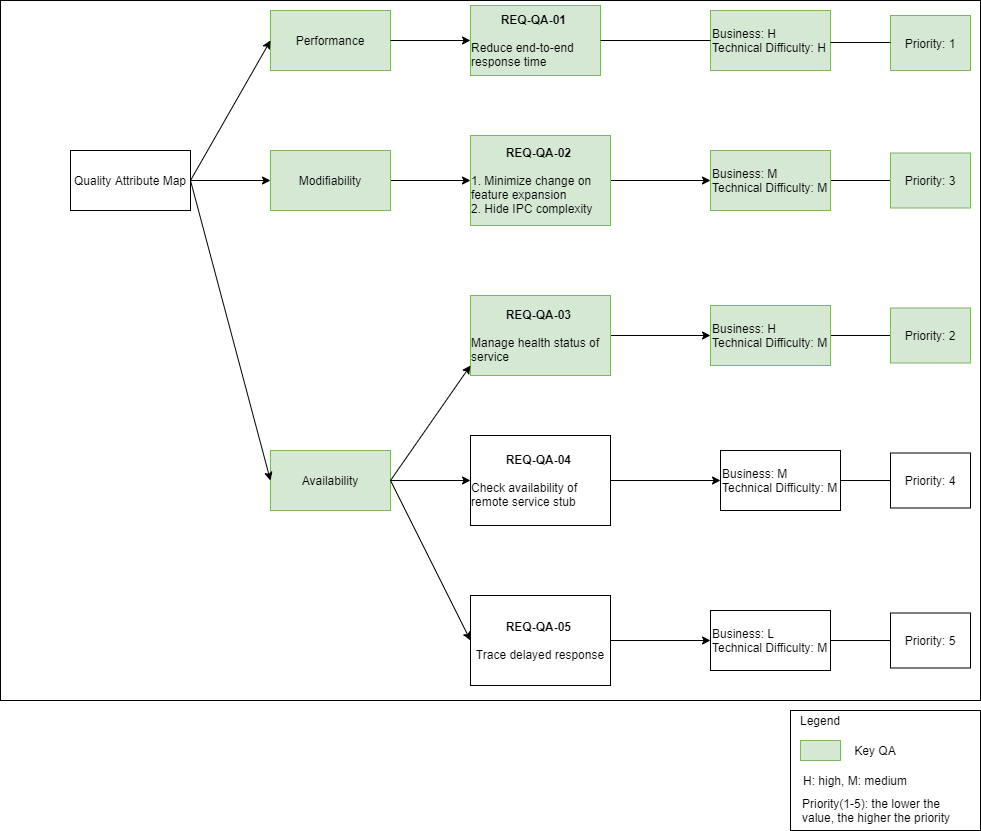
Before: doc/SA cert/Design/figures/system_context/system_context-QA_map.png, a diagram exported from draw.io (taikt/codefun). Source tidied: cells renumbered, new cells last; positions are measured from the earlier drawing's top-left corner, leaving out a move shared by most shapes. Source of this version:
```xml
<mxGraphModel>
  <root>
    <mxCell id="0" />
    <mxCell id="1" parent="0" />
    <mxCell id="2" style="rounded=0;whiteSpace=wrap;html=1;fillColor=#ffffff;" parent="1" vertex="1">
      <mxGeometry x="790" y="710" width="190" height="120" as="geometry" />
    </mxCell>
    <mxCell id="3" value="Legend" style="text;html=1;strokeColor=none;fillColor=none;align=center;verticalAlign=middle;whiteSpace=wrap;rounded=0;" parent="1" vertex="1">
      <mxGeometry x="800" y="710" width="40" height="20" as="geometry" />
    </mxCell>
    <mxCell id="4" style="rounded=0;whiteSpace=wrap;html=1;fillColor=#d5e8d4;strokeColor=#82b366;" parent="1" vertex="1">
      <mxGeometry x="800" y="740" width="40" height="20" as="geometry" />
    </mxCell>
    <mxCell id="5" value="Key QA" style="text;html=1;strokeColor=none;fillColor=none;align=center;verticalAlign=middle;whiteSpace=wrap;rounded=0;" parent="1" vertex="1">
      <mxGeometry x="850" y="740" width="50" height="20" as="geometry" />
    </mxCell>
    <mxCell id="6" value="H: high, M: medium" style="text;html=1;strokeColor=none;fillColor=none;align=center;verticalAlign=middle;whiteSpace=wrap;rounded=0;" parent="1" vertex="1">
      <mxGeometry x="800" y="770" width="110" height="20" as="geometry" />
    </mxCell>
    <mxCell id="7" value="Priority(1-5): the lower the value, the higher the priority" style="text;html=1;strokeColor=none;fillColor=none;align=left;verticalAlign=middle;whiteSpace=wrap;rounded=0;" parent="1" vertex="1">
      <mxGeometry x="800" y="800" width="160" height="20" as="geometry" />
    </mxCell>
    <mxCell id="8" style="rounded=0;whiteSpace=wrap;html=1;fillColor=#ffffff;" parent="1" vertex="1">
      <mxGeometry width="980" height="700" as="geometry" />
    </mxCell>
    <mxCell id="9" value="Quality Attribute Map" style="rounded=0;whiteSpace=wrap;html=1;fillColor=#ffffff;" parent="1" vertex="1">
      <mxGeometry x="70" y="150" width="120" height="60" as="geometry" />
    </mxCell>
    <mxCell id="10" value="Performance" style="rounded=0;whiteSpace=wrap;html=1;fillColor=#d5e8d4;strokeColor=#82b366;" parent="1" vertex="1">
      <mxGeometry x="270" y="10" width="120" height="60" as="geometry" />
    </mxCell>
    <mxCell id="11" style="edgeStyle=orthogonalEdgeStyle;rounded=1;jettySize=auto;html=1;exitX=1;exitY=0.5;exitDx=0;exitDy=0;entryX=0;entryY=0.5;entryDx=0;entryDy=0;endArrow=classic;endFill=1;" parent="1" edge="1" source="12" target="16">
      <mxGeometry relative="1" as="geometry" />
    </mxCell>
    <mxCell id="12" value="Modifiability" style="rounded=0;whiteSpace=wrap;html=1;fillColor=#d5e8d4;strokeColor=#82b366;" parent="1" vertex="1">
      <mxGeometry x="270" y="150" width="120" height="60" as="geometry" />
    </mxCell>
    <mxCell id="13" value="Availability" style="rounded=0;whiteSpace=wrap;html=1;fillColor=#d5e8d4;strokeColor=#82b366;" parent="1" vertex="1">
      <mxGeometry x="270" y="450" width="120" height="60" as="geometry" />
    </mxCell>
    <mxCell id="14" value="&lt;b&gt;REQ-QA-01&amp;nbsp;&lt;br&gt;&lt;/b&gt;&lt;br&gt;&lt;div style=&quot;text-align: left&quot;&gt;&lt;span&gt;Reduce end-to-end response time&lt;/span&gt;&lt;/div&gt;" style="rounded=0;whiteSpace=wrap;html=1;fillColor=#d5e8d4;strokeColor=#82b366;" parent="1" vertex="1">
      <mxGeometry x="470" y="5" width="130" height="70" as="geometry" />
    </mxCell>
    <mxCell id="15" style="edgeStyle=orthogonalEdgeStyle;rounded=1;jettySize=auto;html=1;exitX=1;exitY=0.5;exitDx=0;exitDy=0;entryX=0;entryY=0.5;entryDx=0;entryDy=0;endArrow=classic;endFill=1;" parent="1" edge="1" source="16" target="26">
      <mxGeometry relative="1" as="geometry" />
    </mxCell>
    <mxCell id="16" value="&lt;b&gt;REQ-QA-02&amp;nbsp;&lt;br&gt;&lt;/b&gt;&lt;br&gt;&lt;div style=&quot;text-align: left&quot;&gt;&lt;span&gt;1. Minimize change on feature expansion&lt;/span&gt;&lt;/div&gt;&lt;div style=&quot;text-align: left&quot;&gt;&lt;span&gt;2. Hide IPC complexity&lt;/span&gt;&lt;/div&gt;" style="rounded=0;whiteSpace=wrap;html=1;fillColor=#d5e8d4;strokeColor=#82b366;" parent="1" vertex="1">
      <mxGeometry x="470" y="135" width="140" height="90" as="geometry" />
    </mxCell>
    <mxCell id="17" style="edgeStyle=orthogonalEdgeStyle;rounded=1;jettySize=auto;html=1;exitX=1;exitY=0.5;exitDx=0;exitDy=0;entryX=0;entryY=0.5;entryDx=0;entryDy=0;endArrow=classic;endFill=1;" parent="1" edge="1" source="18" target="29">
      <mxGeometry relative="1" as="geometry" />
    </mxCell>
    <mxCell id="18" value="&lt;b&gt;REQ-QA-03&amp;nbsp;&lt;br&gt;&lt;/b&gt;&lt;br&gt;&lt;div style=&quot;text-align: left&quot;&gt;Manage health status of service&lt;/div&gt;" style="rounded=0;whiteSpace=wrap;html=1;fillColor=#d5e8d4;strokeColor=#82b366;" parent="1" vertex="1">
      <mxGeometry x="470" y="295" width="140" height="80" as="geometry" />
    </mxCell>
    <mxCell id="19" style="edgeStyle=orthogonalEdgeStyle;rounded=1;jettySize=auto;html=1;exitX=1;exitY=0.5;exitDx=0;exitDy=0;entryX=0;entryY=0.5;entryDx=0;entryDy=0;endArrow=classic;endFill=1;" parent="1" edge="1" source="20" target="32">
      <mxGeometry relative="1" as="geometry" />
    </mxCell>
    <mxCell id="20" value="&lt;b&gt;REQ-QA-04&amp;nbsp;&lt;br&gt;&lt;/b&gt;&lt;br&gt;&lt;div style=&quot;text-align: left&quot;&gt;Check availability of remote service stub&amp;nbsp;&lt;/div&gt;" style="rounded=0;whiteSpace=wrap;html=1;fillColor=#ffffff;" parent="1" vertex="1">
      <mxGeometry x="470" y="435" width="140" height="90" as="geometry" />
    </mxCell>
    <mxCell id="21" style="edgeStyle=orthogonalEdgeStyle;rounded=1;jettySize=auto;html=1;exitX=1;exitY=0.5;exitDx=0;exitDy=0;entryX=0;entryY=0.5;entryDx=0;entryDy=0;endArrow=classic;endFill=1;" parent="1" edge="1" source="22" target="35">
      <mxGeometry relative="1" as="geometry" />
    </mxCell>
    <mxCell id="22" value="&lt;b&gt;REQ-QA-05&amp;nbsp;&lt;br&gt;&lt;/b&gt;&lt;br&gt;&lt;div style=&quot;text-align: left&quot;&gt;Trace delayed response&lt;/div&gt;" style="rounded=0;whiteSpace=wrap;html=1;fillColor=#ffffff;" parent="1" vertex="1">
      <mxGeometry x="470" y="595" width="140" height="90" as="geometry" />
    </mxCell>
    <mxCell id="23" value="Business: H&lt;br&gt;Technical Difficulty: H" style="rounded=0;whiteSpace=wrap;html=1;fillColor=#d5e8d4;align=left;strokeColor=#82b366;" parent="1" vertex="1">
      <mxGeometry x="710" y="10" width="120" height="60" as="geometry" />
    </mxCell>
    <mxCell id="24" value="Priority: 1" style="rounded=0;whiteSpace=wrap;html=1;fillColor=#d5e8d4;strokeColor=#82b366;" parent="1" vertex="1">
      <mxGeometry x="890" y="15" width="80" height="55" as="geometry" />
    </mxCell>
    <mxCell id="25" style="edgeStyle=orthogonalEdgeStyle;rounded=1;jettySize=auto;html=1;exitX=1;exitY=0.5;exitDx=0;exitDy=0;entryX=0;entryY=0.5;entryDx=0;entryDy=0;endArrow=none;endFill=0;" parent="1" edge="1" source="26" target="27">
      <mxGeometry relative="1" as="geometry" />
    </mxCell>
    <mxCell id="26" value="Business: M&lt;br&gt;Technical Difficulty: M" style="rounded=0;whiteSpace=wrap;html=1;fillColor=#d5e8d4;align=left;strokeColor=#82b366;" parent="1" vertex="1">
      <mxGeometry x="710" y="150" width="120" height="60" as="geometry" />
    </mxCell>
    <mxCell id="27" value="Priority: 3" style="rounded=0;whiteSpace=wrap;html=1;fillColor=#d5e8d4;strokeColor=#82b366;" parent="1" vertex="1">
      <mxGeometry x="890" y="152.5" width="80" height="55" as="geometry" />
    </mxCell>
    <mxCell id="28" style="edgeStyle=orthogonalEdgeStyle;rounded=1;jettySize=auto;html=1;exitX=1;exitY=0.5;exitDx=0;exitDy=0;entryX=0;entryY=0.5;entryDx=0;entryDy=0;endArrow=none;endFill=0;" parent="1" edge="1" source="29" target="30">
      <mxGeometry relative="1" as="geometry" />
    </mxCell>
    <mxCell id="29" value="Business: H&lt;br&gt;Technical Difficulty: M" style="rounded=0;whiteSpace=wrap;html=1;fillColor=#d5e8d4;align=left;strokeColor=#82b366;" parent="1" vertex="1">
      <mxGeometry x="710" y="305" width="120" height="60" as="geometry" />
    </mxCell>
    <mxCell id="30" value="Priority: 2" style="rounded=0;whiteSpace=wrap;html=1;fillColor=#d5e8d4;strokeColor=#82b366;" parent="1" vertex="1">
      <mxGeometry x="890" y="307.5" width="80" height="55" as="geometry" />
    </mxCell>
    <mxCell id="31" style="edgeStyle=orthogonalEdgeStyle;rounded=1;jettySize=auto;html=1;exitX=1;exitY=0.5;exitDx=0;exitDy=0;entryX=0;entryY=0.5;entryDx=0;entryDy=0;endArrow=none;endFill=0;" parent="1" edge="1" source="32" target="33">
      <mxGeometry relative="1" as="geometry" />
    </mxCell>
    <mxCell id="32" value="Business: M&lt;br&gt;Technical Difficulty: M" style="rounded=0;whiteSpace=wrap;html=1;fillColor=#ffffff;align=left;" parent="1" vertex="1">
      <mxGeometry x="720" y="450" width="120" height="60" as="geometry" />
    </mxCell>
    <mxCell id="33" value="Priority: 4" style="rounded=0;whiteSpace=wrap;html=1;fillColor=#ffffff;" parent="1" vertex="1">
      <mxGeometry x="890" y="452.5" width="80" height="55" as="geometry" />
    </mxCell>
    <mxCell id="34" style="edgeStyle=orthogonalEdgeStyle;rounded=1;jettySize=auto;html=1;exitX=1;exitY=0.5;exitDx=0;exitDy=0;endArrow=none;endFill=0;" parent="1" edge="1" source="35" target="36">
      <mxGeometry relative="1" as="geometry" />
    </mxCell>
    <mxCell id="35" value="Business: L&lt;br&gt;Technical Difficulty: M" style="rounded=0;whiteSpace=wrap;html=1;fillColor=#ffffff;align=left;" parent="1" vertex="1">
      <mxGeometry x="710" y="610" width="120" height="60" as="geometry" />
    </mxCell>
    <mxCell id="36" value="Priority: 5" style="rounded=0;whiteSpace=wrap;html=1;fillColor=#ffffff;" parent="1" vertex="1">
      <mxGeometry x="890" y="612.5" width="80" height="55" as="geometry" />
    </mxCell>
    <mxCell id="37" style="endArrow=classic;html=1;exitX=1;exitY=0.5;exitDx=0;exitDy=0;entryX=0;entryY=0.5;entryDx=0;entryDy=0;" parent="1" edge="1" source="9" target="10">
      <mxGeometry relative="1" as="geometry" />
    </mxCell>
    <mxCell id="38" style="endArrow=classic;html=1;entryX=0;entryY=0.5;entryDx=0;entryDy=0;" parent="1" edge="1" target="12">
      <mxGeometry relative="1" as="geometry">
        <mxPoint x="190" y="180" as="sourcePoint" />
      </mxGeometry>
    </mxCell>
    <mxCell id="39" style="endArrow=classic;html=1;exitX=1;exitY=0.5;exitDx=0;exitDy=0;entryX=0;entryY=0.5;entryDx=0;entryDy=0;" parent="1" edge="1" source="9" target="13">
      <mxGeometry relative="1" as="geometry" />
    </mxCell>
    <mxCell id="40" style="endArrow=classic;html=1;exitX=1;exitY=0.5;exitDx=0;exitDy=0;entryX=0;entryY=0.5;entryDx=0;entryDy=0;" parent="1" edge="1" source="10" target="14">
      <mxGeometry relative="1" as="geometry" />
    </mxCell>
    <mxCell id="41" style="endArrow=none;html=1;exitX=1;exitY=0.5;exitDx=0;exitDy=0;entryX=0;entryY=0.5;entryDx=0;entryDy=0;endFill=0;" parent="1" edge="1" source="14" target="23">
      <mxGeometry relative="1" as="geometry" />
    </mxCell>
    <mxCell id="42" style="endArrow=none;html=1;exitX=1;exitY=0.5;exitDx=0;exitDy=0;endFill=0;" parent="1" edge="1">
      <mxGeometry relative="1" as="geometry">
        <mxPoint x="830" y="42" as="sourcePoint" />
        <mxPoint x="890" y="42" as="targetPoint" />
      </mxGeometry>
    </mxCell>
    <mxCell id="43" style="endArrow=classic;html=1;exitX=1;exitY=0.5;exitDx=0;exitDy=0;entryX=0;entryY=0.5;entryDx=0;entryDy=0;" parent="1" edge="1" source="13">
      <mxGeometry relative="1" as="geometry">
        <mxPoint x="470" y="365" as="targetPoint" />
      </mxGeometry>
    </mxCell>
    <mxCell id="44" style="endArrow=classic;html=1;exitX=1;exitY=0.5;exitDx=0;exitDy=0;entryX=0;entryY=0.5;entryDx=0;entryDy=0;" parent="1" edge="1" source="13" target="20">
      <mxGeometry relative="1" as="geometry" />
    </mxCell>
    <mxCell id="45" style="endArrow=classic;html=1;exitX=1;exitY=0.5;exitDx=0;exitDy=0;entryX=0;entryY=0.5;entryDx=0;entryDy=0;" parent="1" edge="1" source="13" target="22">
      <mxGeometry relative="1" as="geometry" />
    </mxCell>
  </root>
</mxGraphModel>
```
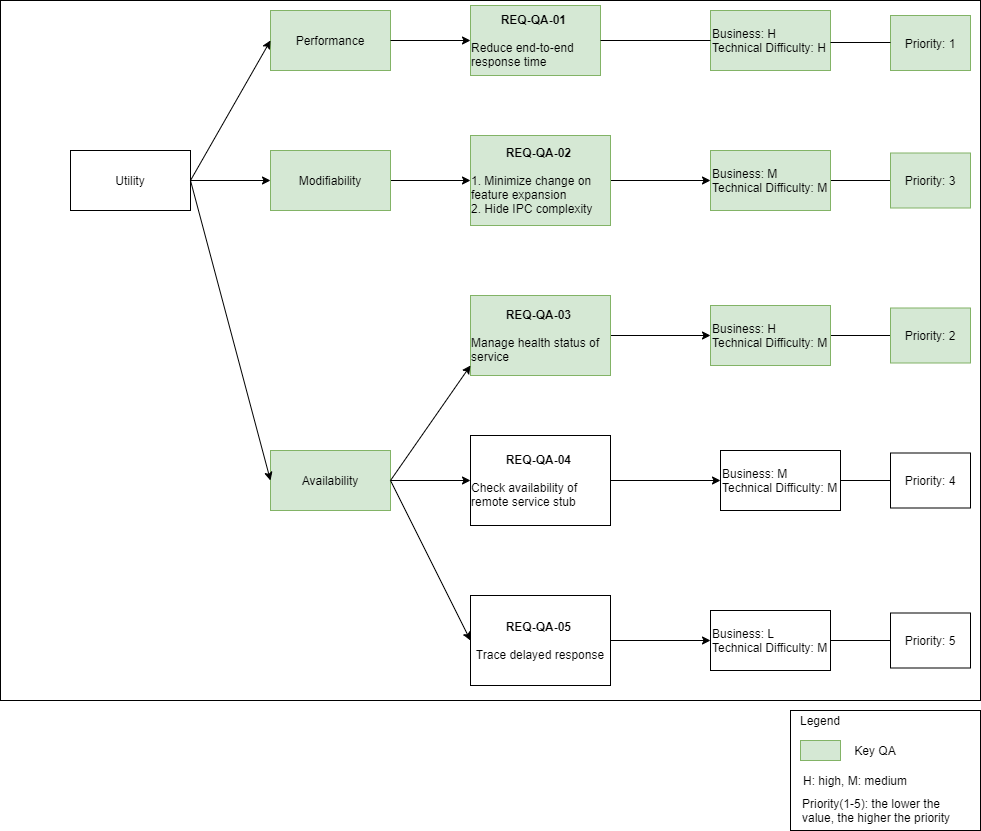
After the change.

The edit, as a diff of the source:
```diff
@@ -23,7 +23,7 @@
     <mxCell id="8" style="rounded=0;whiteSpace=wrap;html=1;fillColor=#ffffff;" parent="1" vertex="1">
       <mxGeometry width="980" height="700" as="geometry" />
     </mxCell>
-    <mxCell id="9" value="Quality Attribute Map" style="rounded=0;whiteSpace=wrap;html=1;fillColor=#ffffff;" parent="1" vertex="1">
+    <mxCell id="9" value="Utility" style="rounded=0;whiteSpace=wrap;html=1;fillColor=#ffffff;" parent="1" vertex="1">
       <mxGeometry x="70" y="150" width="120" height="60" as="geometry" />
     </mxCell>
     <mxCell id="10" value="Performance" style="rounded=0;whiteSpace=wrap;html=1;fillColor=#d5e8d4;strokeColor=#82b366;" parent="1" vertex="1">
```
